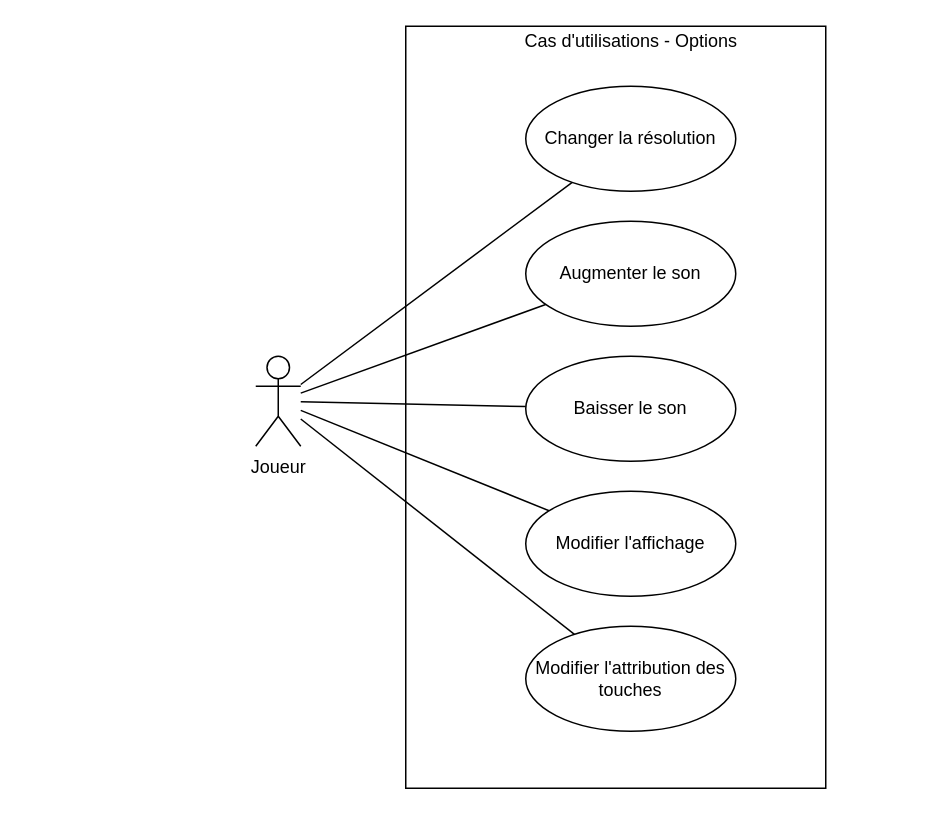
This is Diagrammes/Diagramme cas d'utilisation - Options.drawio from Eoloc/M1MIAGE_ProjetUML, a draw.io file, before an edit. Source tidied: cells renumbered, new cells numbered last; positions are measured from the earlier drawing's top-left corner, leaving out a move shared by most shapes. Both pictures are drawn from the tidied source at 150%, with x=0, y=0 at pixel (255, 26).
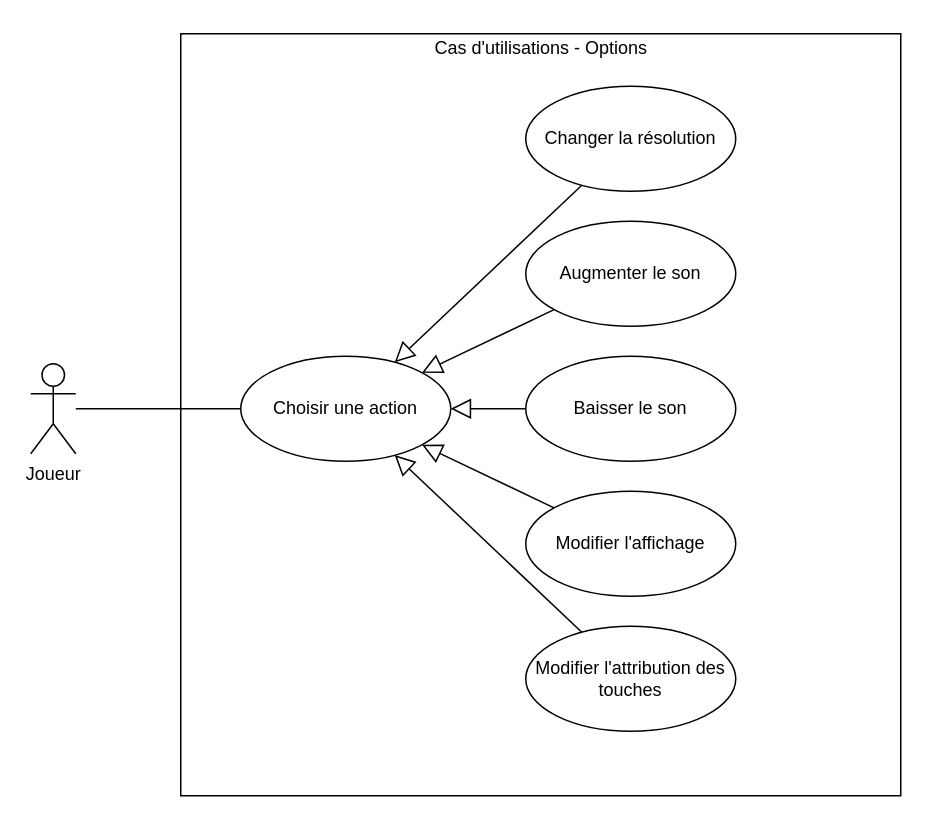
The same diagram, later.

Commit message (it also covers changes not shown here):
Modif General + Options + Jeu

The edit, as a diff of the source:
```diff
@@
 <mxGraphModel>
   <root>
     <mxCell id="0" />
     <mxCell id="1" parent="0" />
-    <mxCell id="2" style="html=1;" parent="1" vertex="1">
-      <mxGeometry x="100" width="280" height="508" as="geometry" />
-    </mxCell>
-    <mxCell id="3" style="rounded=0;jettySize=auto;html=1;endArrow=none;endFill=0;" parent="1" edge="1" source="8" target="9">
-      <mxGeometry relative="1" as="geometry" />
-    </mxCell>
-    <mxCell id="4" style="edgeStyle=none;rounded=0;jettySize=auto;html=1;endArrow=none;endFill=0;" parent="1" edge="1" source="8" target="11">
-      <mxGeometry relative="1" as="geometry" />
-    </mxCell>
-    <mxCell id="5" style="edgeStyle=none;rounded=0;jettySize=auto;html=1;endArrow=none;endFill=0;" parent="1" edge="1" source="8" target="12">
-      <mxGeometry relative="1" as="geometry" />
-    </mxCell>
-    <mxCell id="6" style="edgeStyle=none;rounded=0;jettySize=auto;html=1;endArrow=none;endFill=0;" parent="1" edge="1" source="8" target="10">
-      <mxGeometry relative="1" as="geometry" />
-    </mxCell>
-    <mxCell id="7" style="edgeStyle=none;rounded=0;jettySize=auto;html=1;endArrow=none;endFill=0;" parent="1" edge="1" source="8" target="13">
-      <mxGeometry relative="1" as="geometry" />
-    </mxCell>
+    <mxCell id="15" style="html=1;" parent="1" vertex="1">
+      <mxGeometry x="-50" y="5" width="480" height="508" as="geometry" />
+    </mxCell>
+    <mxCell id="16" style="edgeStyle=none;rounded=0;jettySize=auto;html=1;endArrow=none;endFill=0;endSize=11;" parent="1" edge="1" source="8" target="22">
+      <mxGeometry relative="1" as="geometry" />
+    </mxCell>
     <mxCell id="8" value="Joueur" style="shape=umlActor;verticalLabelPosition=bottom;verticalAlign=top;html=1;outlineConnect=0;" parent="1" vertex="1">
-      <mxGeometry y="220" width="30" height="60" as="geometry" />
+      <mxGeometry x="-150" y="225" width="30" height="60" as="geometry" />
     </mxCell>
+    <mxCell id="17" style="rounded=0;jettySize=auto;html=1;endArrow=block;endFill=0;endSize=11;" parent="1" edge="1" source="9" target="22">
+      <mxGeometry relative="1" as="geometry" />
+    </mxCell>
     <mxCell id="9" value="Changer la résolution" style="ellipse;whiteSpace=wrap;html=1;" parent="1" vertex="1">
       <mxGeometry x="180" y="40" width="140" height="70" as="geometry" />
     </mxCell>
+    <mxCell id="18" style="edgeStyle=none;rounded=0;jettySize=auto;html=1;endArrow=block;endFill=0;endSize=11;" parent="1" edge="1" source="10" target="22">
+      <mxGeometry relative="1" as="geometry" />
+    </mxCell>
     <mxCell id="10" value="Modifier l'affichage" style="ellipse;whiteSpace=wrap;html=1;" parent="1" vertex="1">
       <mxGeometry x="180" y="310" width="140" height="70" as="geometry" />
     </mxCell>
+    <mxCell id="19" style="edgeStyle=none;rounded=0;jettySize=auto;html=1;endArrow=block;endFill=0;endSize=11;" parent="1" edge="1" source="11" target="22">
+      <mxGeometry relative="1" as="geometry" />
+    </mxCell>
     <mxCell id="11" value="Augmenter le son" style="ellipse;whiteSpace=wrap;html=1;" parent="1" vertex="1">
       <mxGeometry x="180" y="130" width="140" height="70" as="geometry" />
     </mxCell>
+    <mxCell id="20" style="edgeStyle=none;rounded=0;jettySize=auto;html=1;endArrow=block;endFill=0;endSize=11;" parent="1" edge="1" source="12" target="22">
+      <mxGeometry relative="1" as="geometry" />
+    </mxCell>
     <mxCell id="12" value="Baisser le son" style="ellipse;whiteSpace=wrap;html=1;" parent="1" vertex="1">
       <mxGeometry x="180" y="220" width="140" height="70" as="geometry" />
     </mxCell>
+    <mxCell id="21" style="edgeStyle=none;rounded=0;jettySize=auto;html=1;endArrow=block;endFill=0;endSize=11;" parent="1" edge="1" source="13" target="22">
+      <mxGeometry relative="1" as="geometry" />
+    </mxCell>
     <mxCell id="13" value="Modifier l'attribution des touches" style="ellipse;whiteSpace=wrap;html=1;" parent="1" vertex="1">
       <mxGeometry x="180" y="400" width="140" height="70" as="geometry" />
     </mxCell>
     <mxCell id="14" value="Cas d'utilisations - Options" style="text;html=1;align=center;verticalAlign=middle;" parent="1" vertex="1">
-      <mxGeometry x="170" width="160" height="20" as="geometry" />
+      <mxGeometry x="110" y="5" width="160" height="20" as="geometry" />
     </mxCell>
+    <mxCell id="22" value="Choisir une action" style="ellipse;whiteSpace=wrap;html=1;" parent="1" vertex="1">
+      <mxGeometry x="-10" y="220" width="140" height="70" as="geometry" />
+    </mxCell>
   </root>
 </mxGraphModel>
```
